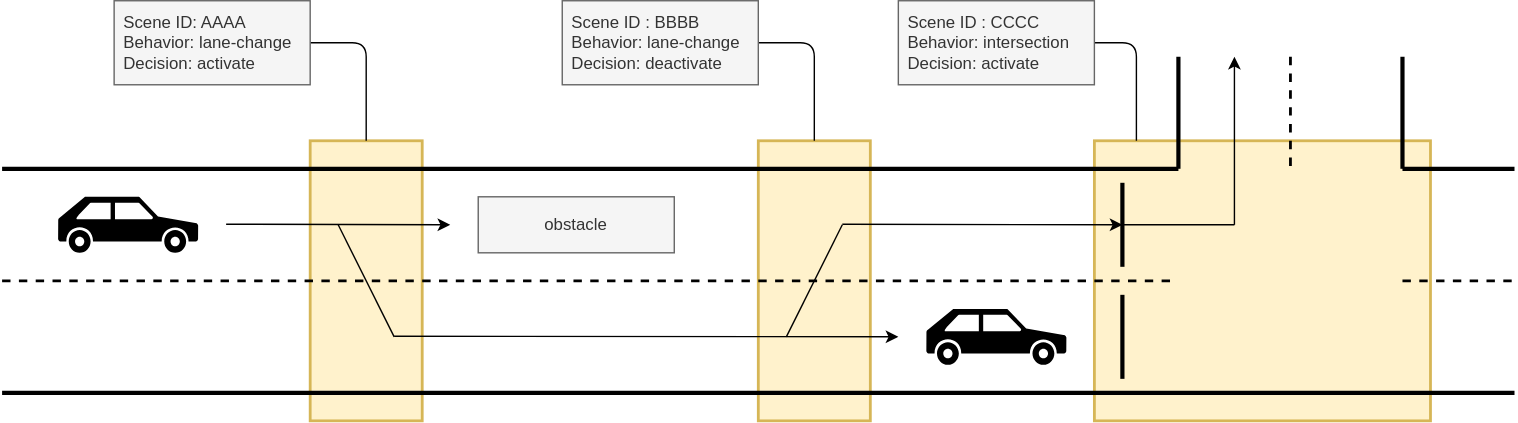
The draw.io diagram docs/design/autoware-interfaces/ad-api/features/cooperation/scenes.drawio.svg in autowarefoundation/autoware-documentation, before a commit. Source tidied: cells renumbered, new cells last; positions are measured from the earlier drawing's top-left corner, leaving out a move shared by most shapes.
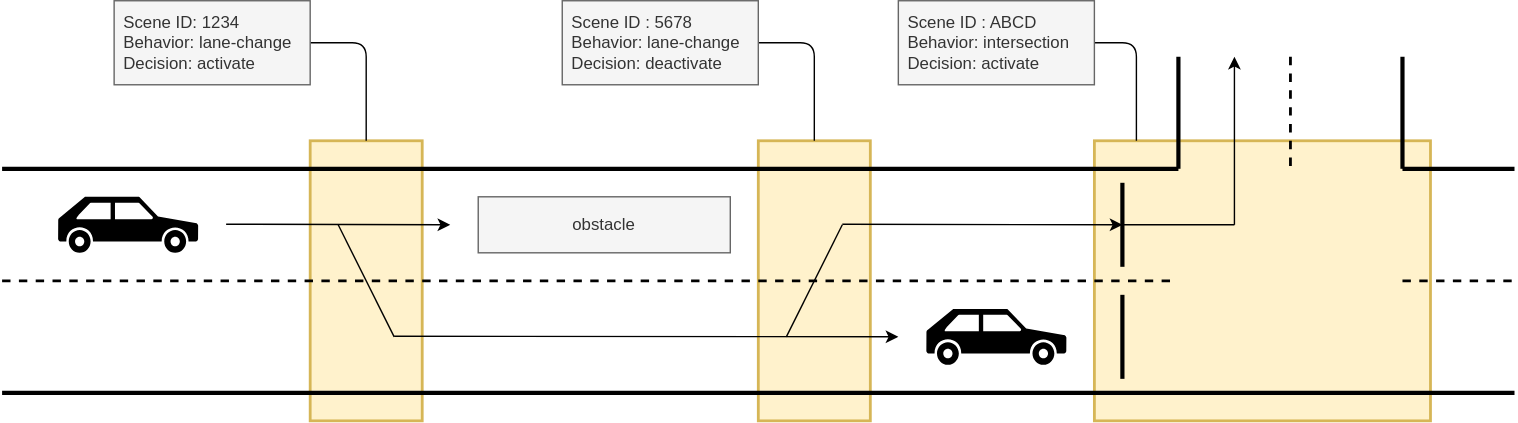
Above is the later version.

Commit message:
update scenes diagram

Diff of the diagram source:
```diff
@@ -102,7 +102,7 @@
       </mxGeometry>
     </mxCell>
     <mxCell id="21" value="obstacle" style="rounded=0;whiteSpace=wrap;html=1;fillColor=#f5f5f5;fontColor=#333333;strokeColor=#666666;" parent="1" vertex="1">
-      <mxGeometry x="340" y="140" width="140" height="40" as="geometry" />
+      <mxGeometry x="340" y="140" width="180" height="40" as="geometry" />
     </mxCell>
     <mxCell id="22" style="endArrow=classic;html=1;" parent="1" edge="1">
       <mxGeometry relative="1" as="geometry">
@@ -129,7 +129,7 @@
         </Array>
       </mxGeometry>
     </mxCell>
-    <mxCell id="26" value="&lt;div&gt;Scene ID: AAAA&lt;/div&gt;&lt;div&gt;Behavior: lane-change&lt;/div&gt;&lt;div&gt;Decision: activate&lt;/div&gt;" style="rounded=0;whiteSpace=wrap;html=1;fillColor=#f5f5f5;fontColor=#333333;strokeColor=#666666;align=left;spacingLeft=5;" parent="1" vertex="1">
+    <mxCell id="26" value="&lt;div&gt;Scene ID: 1234&lt;/div&gt;&lt;div&gt;Behavior: lane-change&lt;/div&gt;&lt;div&gt;Decision: activate&lt;/div&gt;" style="rounded=0;whiteSpace=wrap;html=1;fillColor=#f5f5f5;fontColor=#333333;strokeColor=#666666;align=left;spacingLeft=5;" parent="1" vertex="1">
       <mxGeometry x="80" width="140" height="60" as="geometry" />
     </mxCell>
     <mxCell id="27" style="edgeStyle=orthogonalEdgeStyle;html=1;endArrow=none;endFill=0;" parent="1" edge="1" source="28" target="2">
@@ -139,7 +139,7 @@
         </Array>
       </mxGeometry>
     </mxCell>
-    <mxCell id="28" value="Scene ID&lt;span style=&quot;background-color: initial;&quot;&gt;: BBBB&lt;/span&gt;&lt;br&gt;&lt;div&gt;Behavior: lane-change&lt;/div&gt;&lt;div&gt;Decision: deactivate&lt;/div&gt;" style="rounded=0;whiteSpace=wrap;html=1;fillColor=#f5f5f5;fontColor=#333333;strokeColor=#666666;align=left;spacingLeft=5;" parent="1" vertex="1">
+    <mxCell id="28" value="Scene ID&lt;span style=&quot;background-color: initial;&quot;&gt;: 5678&lt;/span&gt;&lt;br&gt;&lt;div&gt;Behavior: lane-change&lt;/div&gt;&lt;div&gt;Decision: deactivate&lt;/div&gt;" style="rounded=0;whiteSpace=wrap;html=1;fillColor=#f5f5f5;fontColor=#333333;strokeColor=#666666;align=left;spacingLeft=5;" parent="1" vertex="1">
       <mxGeometry x="400" width="140" height="60" as="geometry" />
     </mxCell>
     <mxCell id="29" style="edgeStyle=orthogonalEdgeStyle;html=1;endArrow=none;endFill=0;" parent="1" edge="1" source="30" target="3">
@@ -149,7 +149,7 @@
         </Array>
       </mxGeometry>
     </mxCell>
-    <mxCell id="30" value="Scene ID&lt;span style=&quot;background-color: initial;&quot;&gt;: CCCC&lt;/span&gt;&lt;br&gt;&lt;div&gt;Behavior: intersection&lt;/div&gt;&lt;div&gt;Decision: activate&lt;/div&gt;" style="rounded=0;whiteSpace=wrap;html=1;fillColor=#f5f5f5;fontColor=#333333;strokeColor=#666666;align=left;spacingLeft=5;" parent="1" vertex="1">
+    <mxCell id="30" value="Scene ID&lt;span style=&quot;background-color: initial;&quot;&gt;: ABCD&lt;/span&gt;&lt;br&gt;&lt;div&gt;Behavior: intersection&lt;/div&gt;&lt;div&gt;Decision: activate&lt;/div&gt;" style="rounded=0;whiteSpace=wrap;html=1;fillColor=#f5f5f5;fontColor=#333333;strokeColor=#666666;align=left;spacingLeft=5;" parent="1" vertex="1">
       <mxGeometry x="640" width="140" height="60" as="geometry" />
     </mxCell>
   </root>
```
